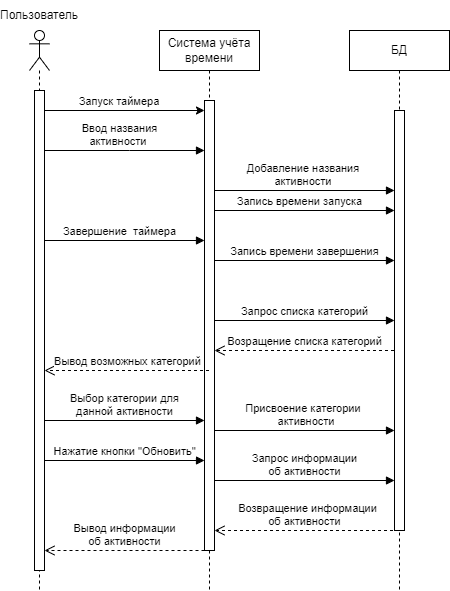
The draw.io diagram Диаграмма последовательности.png in MgrDim/Time-tracking-app-project, before a commit. Source tidied: cells renumbered, new cells last; positions are measured from the earlier drawing's top-left corner, leaving out a move shared by most shapes.
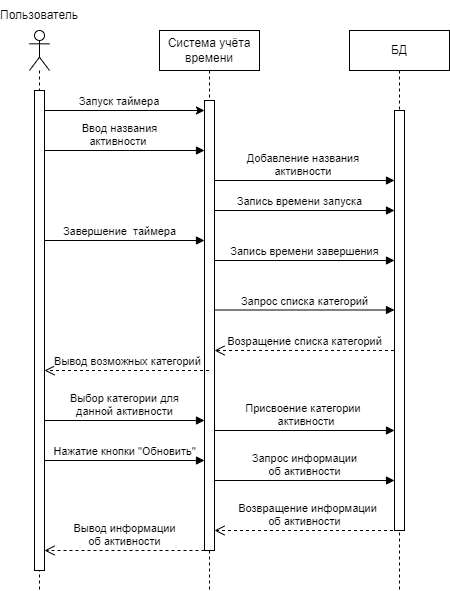
The same file after the commit.

What changed in the source:
```diff
@@ -60,15 +60,16 @@
         </Array>
       </mxGeometry>
     </mxCell>
-    <mxCell id="15" value="Добавление названия&amp;nbsp;&lt;br&gt;активности&amp;nbsp;" style="html=1;verticalAlign=bottom;endArrow=block;curved=0;rounded=0;" parent="1" edge="1" target="7">
+    <mxCell id="15" value="Добавление названия&amp;nbsp;&lt;br&gt;активности&amp;nbsp;" style="html=1;verticalAlign=bottom;endArrow=block;curved=0;rounded=0;" parent="1" edge="1">
       <mxGeometry relative="1" as="geometry">
-        <mxPoint x="205" y="190" as="sourcePoint" />
+        <mxPoint x="205" y="180" as="sourcePoint" />
+        <mxPoint x="385" y="180" as="targetPoint" />
       </mxGeometry>
     </mxCell>
     <mxCell id="16" value="Запрос списка категорий" style="html=1;verticalAlign=bottom;endArrow=block;curved=0;rounded=0;" parent="1" edge="1">
       <mxGeometry relative="1" as="geometry">
-        <mxPoint x="205" y="320" as="sourcePoint" />
-        <mxPoint x="385" y="320" as="targetPoint" />
+        <mxPoint x="205" y="309.5" as="sourcePoint" />
+        <mxPoint x="385" y="309.5" as="targetPoint" />
       </mxGeometry>
     </mxCell>
     <mxCell id="17" value="Возращение списка категорий" style="html=1;verticalAlign=bottom;endArrow=open;dashed=1;endSize=8;curved=0;rounded=0;" parent="1" edge="1" target="3">
```
